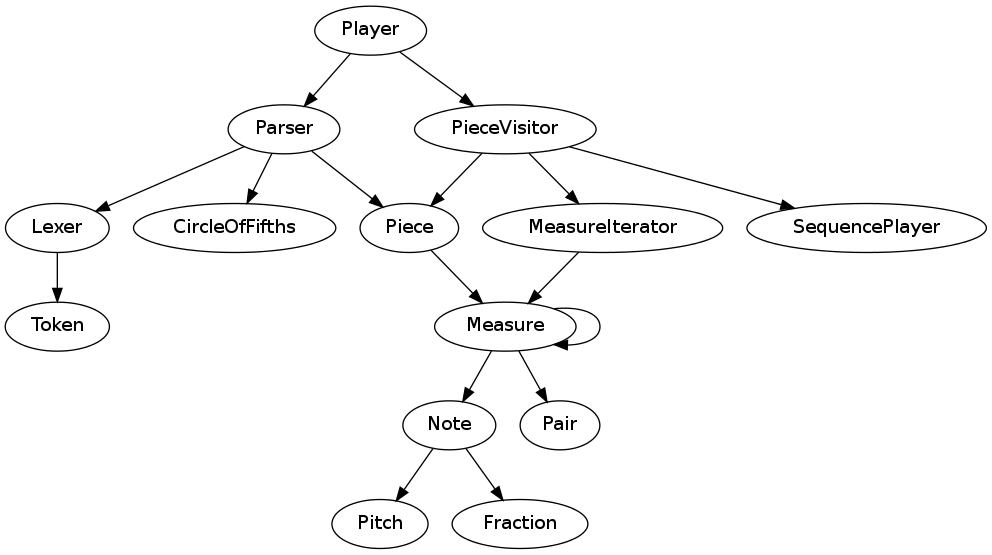
The Graphviz diagram design/classes.png in Zomega/abcplayer, before a commit. Its source is kept beside it as design/classes.dot.
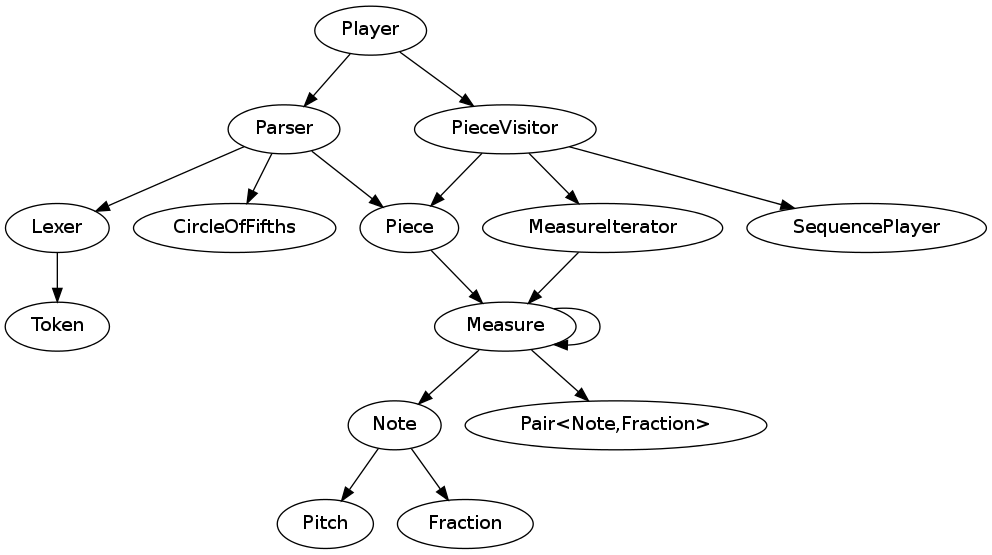
After the change.

Diff of the diagram source:
```diff
@@ -8,7 +8,7 @@
 	PieceVisitor -> MeasureIterator->Measure;
 	Piece->Measure->Note;
 	Measure->Measure;
-	Measure->Pair;
+	Measure->"Pair<Note,Fraction>";
 	Note->Pitch;
 	Note->Fraction;
 	Player -> Parser;
```
